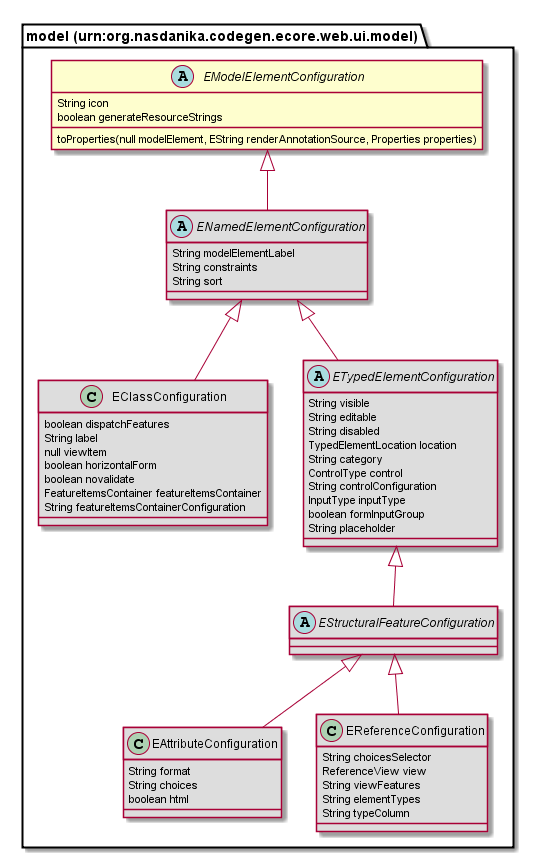
Nasdanika/codegen-ecore-web-ui keeps this PlantUML diagram as org.nasdanika.codegen.ecore.web.ui.repository/src/site/resources/modeldoc/75726e3a6f72672e6e617364616e696b612e636f646567656e2e65636f72652e7765622e75692e6d6f64656c/EModelElementConfiguration.png. Above is the earlier version. The source it was exported from:
```plantuml
@startuml
abstract class "model (urn:org.nasdanika.codegen.ecore.web.ui.model).EModelElementConfiguration" [[#router/doc-content/75726e3a6f72672e6e617364616e696b612e636f646567656e2e65636f72652e7765622e75692e6d6f64656c/EModelElementConfiguration.html]] {
	String icon
	boolean generateResourceStrings
	toProperties(null modelElement, EString renderAnnotationSource, Properties properties)
}
class "model (urn:org.nasdanika.codegen.ecore.web.ui.model).EClassConfiguration" [[#router/doc-content/75726e3a6f72672e6e617364616e696b612e636f646567656e2e65636f72652e7765622e75692e6d6f64656c/EClassConfiguration.html]] #DDDDDD {
	boolean dispatchFeatures
	String label
	null viewItem
	boolean horizontalForm
	boolean novalidate
	FeatureItemsContainer featureItemsContainer
	String featureItemsContainerConfiguration
}
class "model (urn:org.nasdanika.codegen.ecore.web.ui.model).EAttributeConfiguration" [[#router/doc-content/75726e3a6f72672e6e617364616e696b612e636f646567656e2e65636f72652e7765622e75692e6d6f64656c/EAttributeConfiguration.html]] #DDDDDD {
	String format
	String choices
	boolean html
}
class "model (urn:org.nasdanika.codegen.ecore.web.ui.model).EReferenceConfiguration" [[#router/doc-content/75726e3a6f72672e6e617364616e696b612e636f646567656e2e65636f72652e7765622e75692e6d6f64656c/EReferenceConfiguration.html]] #DDDDDD {
	String choicesSelector
	ReferenceView view
	String viewFeatures
	String elementTypes
	String typeColumn
}
abstract class "model (urn:org.nasdanika.codegen.ecore.web.ui.model).EStructuralFeatureConfiguration" [[#router/doc-content/75726e3a6f72672e6e617364616e696b612e636f646567656e2e65636f72652e7765622e75692e6d6f64656c/EStructuralFeatureConfiguration.html]] #DDDDDD {
}
abstract class "model (urn:org.nasdanika.codegen.ecore.web.ui.model).ETypedElementConfiguration" [[#router/doc-content/75726e3a6f72672e6e617364616e696b612e636f646567656e2e65636f72652e7765622e75692e6d6f64656c/ETypedElementConfiguration.html]] #DDDDDD {
	String visible
	String editable
	String disabled
	TypedElementLocation location
	String category
	ControlType control
	String controlConfiguration
	InputType inputType
	boolean formInputGroup
	String placeholder
}
abstract class "model (urn:org.nasdanika.codegen.ecore.web.ui.model).ENamedElementConfiguration" [[#router/doc-content/75726e3a6f72672e6e617364616e696b612e636f646567656e2e65636f72652e7765622e75692e6d6f64656c/ENamedElementConfiguration.html]] #DDDDDD {
	String modelElementLabel
	String constraints
	String sort
}
"model (urn:org.nasdanika.codegen.ecore.web.ui.model).ENamedElementConfiguration" <|-- "model (urn:org.nasdanika.codegen.ecore.web.ui.model).EClassConfiguration"
"model (urn:org.nasdanika.codegen.ecore.web.ui.model).EStructuralFeatureConfiguration" <|-- "model (urn:org.nasdanika.codegen.ecore.web.ui.model).EAttributeConfiguration"
"model (urn:org.nasdanika.codegen.ecore.web.ui.model).EStructuralFeatureConfiguration" <|-- "model (urn:org.nasdanika.codegen.ecore.web.ui.model).EReferenceConfiguration"
"model (urn:org.nasdanika.codegen.ecore.web.ui.model).ETypedElementConfiguration" <|-- "model (urn:org.nasdanika.codegen.ecore.web.ui.model).EStructuralFeatureConfiguration"
"model (urn:org.nasdanika.codegen.ecore.web.ui.model).ENamedElementConfiguration" <|-- "model (urn:org.nasdanika.codegen.ecore.web.ui.model).ETypedElementConfiguration"
"model (urn:org.nasdanika.codegen.ecore.web.ui.model).EModelElementConfiguration" <|-- "model (urn:org.nasdanika.codegen.ecore.web.ui.model).ENamedElementConfiguration"
@enduml
```
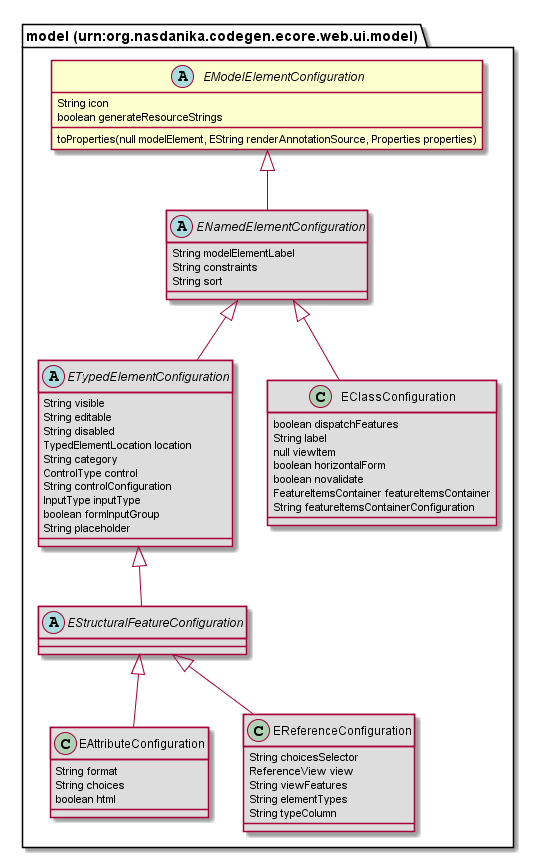
Above is the later version.

Change to the diagram source:
```diff
@@ -1,22 +1,20 @@
 @startuml
-abstract class "model (urn:org.nasdanika.codegen.ecore.web.ui.model).EModelElementConfiguration" [[#router/doc-content/75726e3a6f72672e6e617364616e696b612e636f646567656e2e65636f72652e7765622e75692e6d6f64656c/EModelElementConfiguration.html]] {
+abstract class "model (urn:org.nasdanika.codegen.ecore.web.ui.model).EModelElementConfiguration" [[#router/doc-content/75726e3a6f72672e6e617364616e696b612e636f646567656e2e65636f72652e7765622e75692e6d6f64656c/EModelElementConfiguration.html{Some documentation?}]] {
 	String icon
 	boolean generateResourceStrings
 	toProperties(null modelElement, EString renderAnnotationSource, Properties properties)
 }
-class "model (urn:org.nasdanika.codegen.ecore.web.ui.model).EClassConfiguration" [[#router/doc-content/75726e3a6f72672e6e617364616e696b612e636f646567656e2e65636f72652e7765622e75692e6d6f64656c/EClassConfiguration.html]] #DDDDDD {
-	boolean dispatchFeatures
-	String label
-	null viewItem
-	boolean horizontalForm
-	boolean novalidate
-	FeatureItemsContainer featureItemsContainer
-	String featureItemsContainerConfiguration
+abstract class "model (urn:org.nasdanika.codegen.ecore.web.ui.model).EStructuralFeatureConfiguration" [[#router/doc-content/75726e3a6f72672e6e617364616e696b612e636f646567656e2e65636f72652e7765622e75692e6d6f64656c/EStructuralFeatureConfiguration.html]] #DDDDDD {
 }
 class "model (urn:org.nasdanika.codegen.ecore.web.ui.model).EAttributeConfiguration" [[#router/doc-content/75726e3a6f72672e6e617364616e696b612e636f646567656e2e65636f72652e7765622e75692e6d6f64656c/EAttributeConfiguration.html]] #DDDDDD {
 	String format
 	String choices
 	boolean html
+}
+abstract class "model (urn:org.nasdanika.codegen.ecore.web.ui.model).ENamedElementConfiguration" [[#router/doc-content/75726e3a6f72672e6e617364616e696b612e636f646567656e2e65636f72652e7765622e75692e6d6f64656c/ENamedElementConfiguration.html]] #DDDDDD {
+	String modelElementLabel
+	String constraints
+	String sort
 }
 class "model (urn:org.nasdanika.codegen.ecore.web.ui.model).EReferenceConfiguration" [[#router/doc-content/75726e3a6f72672e6e617364616e696b612e636f646567656e2e65636f72652e7765622e75692e6d6f64656c/EReferenceConfiguration.html]] #DDDDDD {
 	String choicesSelector
@@ -24,8 +22,6 @@
 	String viewFeatures
 	String elementTypes
 	String typeColumn
-}
-abstract class "model (urn:org.nasdanika.codegen.ecore.web.ui.model).EStructuralFeatureConfiguration" [[#router/doc-content/75726e3a6f72672e6e617364616e696b612e636f646567656e2e65636f72652e7765622e75692e6d6f64656c/EStructuralFeatureConfiguration.html]] #DDDDDD {
 }
 abstract class "model (urn:org.nasdanika.codegen.ecore.web.ui.model).ETypedElementConfiguration" [[#router/doc-content/75726e3a6f72672e6e617364616e696b612e636f646567656e2e65636f72652e7765622e75692e6d6f64656c/ETypedElementConfiguration.html]] #DDDDDD {
 	String visible
@@ -39,15 +35,19 @@
 	boolean formInputGroup
 	String placeholder
 }
-abstract class "model (urn:org.nasdanika.codegen.ecore.web.ui.model).ENamedElementConfiguration" [[#router/doc-content/75726e3a6f72672e6e617364616e696b612e636f646567656e2e65636f72652e7765622e75692e6d6f64656c/ENamedElementConfiguration.html]] #DDDDDD {
-	String modelElementLabel
-	String constraints
-	String sort
+class "model (urn:org.nasdanika.codegen.ecore.web.ui.model).EClassConfiguration" [[#router/doc-content/75726e3a6f72672e6e617364616e696b612e636f646567656e2e65636f72652e7765622e75692e6d6f64656c/EClassConfiguration.html]] #DDDDDD {
+	boolean dispatchFeatures
+	String label
+	null viewItem
+	boolean horizontalForm
+	boolean novalidate
+	FeatureItemsContainer featureItemsContainer
+	String featureItemsContainerConfiguration
 }
+"model (urn:org.nasdanika.codegen.ecore.web.ui.model).ETypedElementConfiguration" <|-- "model (urn:org.nasdanika.codegen.ecore.web.ui.model).EStructuralFeatureConfiguration"
+"model (urn:org.nasdanika.codegen.ecore.web.ui.model).EStructuralFeatureConfiguration" <|-- "model (urn:org.nasdanika.codegen.ecore.web.ui.model).EAttributeConfiguration"
+"model (urn:org.nasdanika.codegen.ecore.web.ui.model).EModelElementConfiguration" <|-- "model (urn:org.nasdanika.codegen.ecore.web.ui.model).ENamedElementConfiguration"
+"model (urn:org.nasdanika.codegen.ecore.web.ui.model).EStructuralFeatureConfiguration" <|-- "model (urn:org.nasdanika.codegen.ecore.web.ui.model).EReferenceConfiguration"
+"model (urn:org.nasdanika.codegen.ecore.web.ui.model).ENamedElementConfiguration" <|-- "model (urn:org.nasdanika.codegen.ecore.web.ui.model).ETypedElementConfiguration"
 "model (urn:org.nasdanika.codegen.ecore.web.ui.model).ENamedElementConfiguration" <|-- "model (urn:org.nasdanika.codegen.ecore.web.ui.model).EClassConfiguration"
-"model (urn:org.nasdanika.codegen.ecore.web.ui.model).EStructuralFeatureConfiguration" <|-- "model (urn:org.nasdanika.codegen.ecore.web.ui.model).EAttributeConfiguration"
-"model (urn:org.nasdanika.codegen.ecore.web.ui.model).EStructuralFeatureConfiguration" <|-- "model (urn:org.nasdanika.codegen.ecore.web.ui.model).EReferenceConfiguration"
-"model (urn:org.nasdanika.codegen.ecore.web.ui.model).ETypedElementConfiguration" <|-- "model (urn:org.nasdanika.codegen.ecore.web.ui.model).EStructuralFeatureConfiguration"
-"model (urn:org.nasdanika.codegen.ecore.web.ui.model).ENamedElementConfiguration" <|-- "model (urn:org.nasdanika.codegen.ecore.web.ui.model).ETypedElementConfiguration"
-"model (urn:org.nasdanika.codegen.ecore.web.ui.model).EModelElementConfiguration" <|-- "model (urn:org.nasdanika.codegen.ecore.web.ui.model).ENamedElementConfiguration"
 @enduml
```
